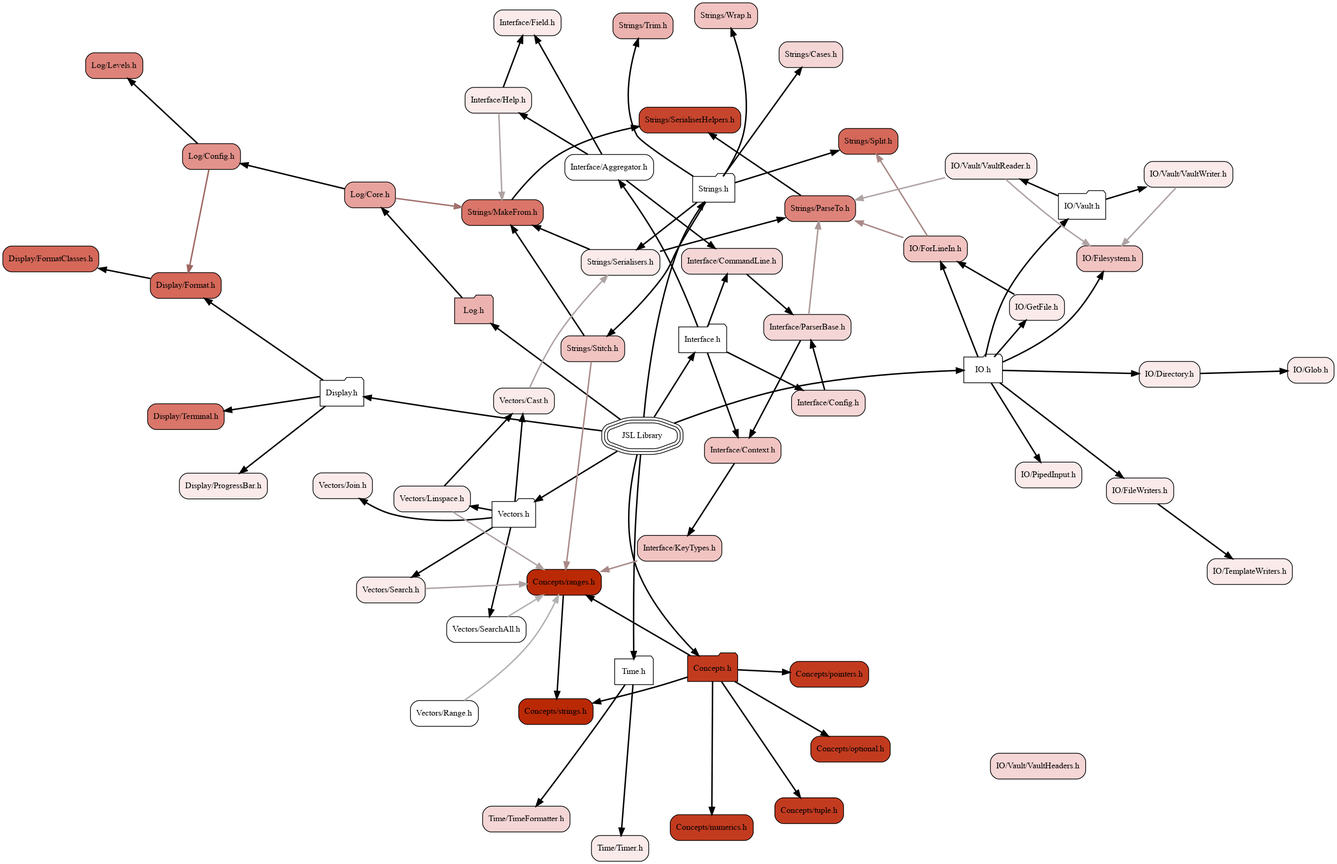
Above: docs/visualiser/heatmap.png in DrFraserGovil/JSL (Graphviz), before the change. Its source is kept beside it as docs/visualiser/heatmap.dot.
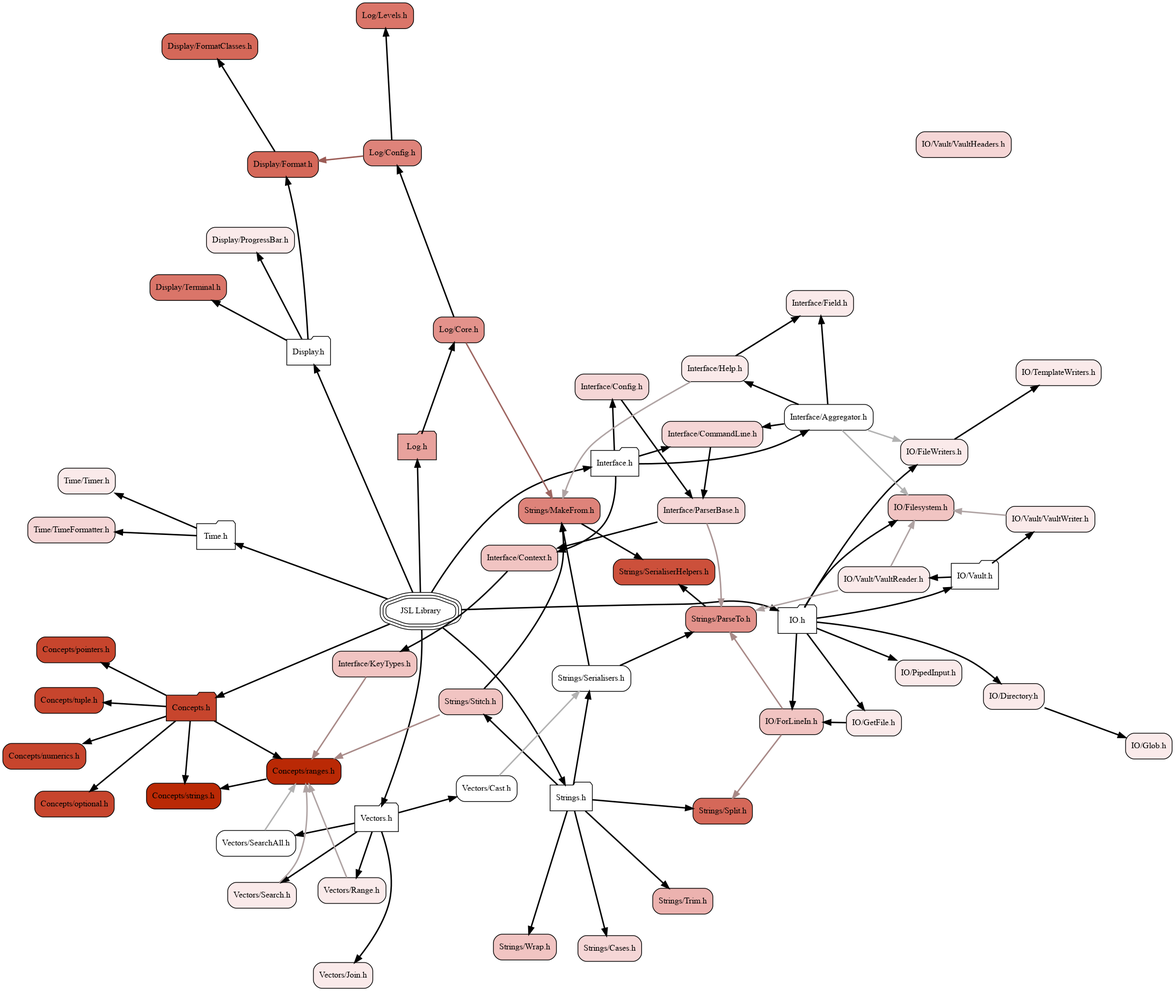
After the commit.

Commit message:
Updated the Help type inference system and added the 'save config' option ('Export') to the Aggregator class

Diff of the diagram source:
```diff
@@ -9,13 +9,13 @@
 	node[shape=Mrecord,fontsize=12]
 
 	node[fillcolor="#ffffff", style="rounded,filled", shape=tripleoctagon, color="black"] "JSL.h"                       [label="JSL Library"]
-	node[fillcolor="#c33b1f", style="rounded,filled", shape=folder, color="black"] "Concepts.h"                  [label="Concepts.h"]
-	node[fillcolor="#c33b1f", style="rounded,filled", shape=box, color="black"] "Concepts/numerics.h"         [label="Concepts/numerics.h"]
-	node[fillcolor="#c33b1f", style="rounded,filled", shape=box, color="black"] "Concepts/optional.h"         [label="Concepts/optional.h"]
-	node[fillcolor="#c33b1f", style="rounded,filled", shape=box, color="black"] "Concepts/pointers.h"         [label="Concepts/pointers.h"]
+	node[fillcolor="#c7452d", style="rounded,filled", shape=folder, color="black"] "Concepts.h"                  [label="Concepts.h"]
+	node[fillcolor="#c7452d", style="rounded,filled", shape=box, color="black"] "Concepts/numerics.h"         [label="Concepts/numerics.h"]
+	node[fillcolor="#c7452d", style="rounded,filled", shape=box, color="black"] "Concepts/optional.h"         [label="Concepts/optional.h"]
+	node[fillcolor="#c7452d", style="rounded,filled", shape=box, color="black"] "Concepts/pointers.h"         [label="Concepts/pointers.h"]
 	node[fillcolor="#ba2905", style="rounded,filled", shape=box, color="black"] "Concepts/ranges.h"           [label="Concepts/ranges.h"]
 	node[fillcolor="#ba2905", style="rounded,filled", shape=box, color="black"] "Concepts/strings.h"          [label="Concepts/strings.h"]
-	node[fillcolor="#c33b1f", style="rounded,filled", shape=box, color="black"] "Concepts/tuple.h"            [label="Concepts/tuple.h"]
+	node[fillcolor="#c7452d", style="rounded,filled", shape=box, color="black"] "Concepts/tuple.h"            [label="Concepts/tuple.h"]
 	node[fillcolor="#ffffff", style="rounded,filled", shape=folder, color="black"] "Display.h"                   [label="Display.h"]
 	node[fillcolor="#d56859", style="rounded,filled", shape=box, color="black"] "Display/Format.h"            [label="Display/Format.h"]
 	node[fillcolor="#d56859", style="rounded,filled", shape=box, color="black"] "Display/FormatClasses.h"     [label="Display/FormatClasses.h"]
@@ -43,16 +43,16 @@
 	node[fillcolor="#faeaea", style="rounded,filled", shape=box, color="black"] "Interface/Help.h"            [label="Interface/Help.h"]
 	node[fillcolor="#f1c4c2", style="rounded,filled", shape=box, color="black"] "Interface/KeyTypes.h"        [label="Interface/KeyTypes.h"]
 	node[fillcolor="#f5d6d6", style="rounded,filled", shape=box, color="black"] "Interface/ParserBase.h"      [label="Interface/ParserBase.h"]
-	node[fillcolor="#ecb2af", style="rounded,filled", shape=folder, color="black"] "Log.h"                       [label="Log.h"]
-	node[fillcolor="#e3928b", style="rounded,filled", shape=box, color="black"] "Log/Config.h"                [label="Log/Config.h"]
-	node[fillcolor="#e8a29d", style="rounded,filled", shape=box, color="black"] "Log/Core.h"                  [label="Log/Core.h"]
-	node[fillcolor="#de837a", style="rounded,filled", shape=box, color="black"] "Log/Levels.h"                [label="Log/Levels.h"]
+	node[fillcolor="#e8a29d", style="rounded,filled", shape=folder, color="black"] "Log.h"                       [label="Log.h"]
+	node[fillcolor="#de837a", style="rounded,filled", shape=box, color="black"] "Log/Config.h"                [label="Log/Config.h"]
+	node[fillcolor="#e3928b", style="rounded,filled", shape=box, color="black"] "Log/Core.h"                  [label="Log/Core.h"]
+	node[fillcolor="#da7569", style="rounded,filled", shape=box, color="black"] "Log/Levels.h"                [label="Log/Levels.h"]
 	node[fillcolor="#ffffff", style="rounded,filled", shape=folder, color="black"] "Strings.h"                   [label="Strings.h"]
 	node[fillcolor="#f5d6d6", style="rounded,filled", shape=box, color="black"] "Strings/Cases.h"             [label="Strings/Cases.h"]
-	node[fillcolor="#da7569", style="rounded,filled", shape=box, color="black"] "Strings/MakeFrom.h"          [label="Strings/MakeFrom.h"]
-	node[fillcolor="#de837a", style="rounded,filled", shape=box, color="black"] "Strings/ParseTo.h"           [label="Strings/ParseTo.h"]
-	node[fillcolor="#c7452d", style="rounded,filled", shape=box, color="black"] "Strings/SerialiserHelpers.h" [label="Strings/SerialiserHelpers.h"]
-	node[fillcolor="#faeaea", style="rounded,filled", shape=box, color="black"] "Strings/Serialisers.h"       [label="Strings/Serialisers.h"]
+	node[fillcolor="#de837a", style="rounded,filled", shape=box, color="black"] "Strings/MakeFrom.h"          [label="Strings/MakeFrom.h"]
+	node[fillcolor="#e3928b", style="rounded,filled", shape=box, color="black"] "Strings/ParseTo.h"           [label="Strings/ParseTo.h"]
+	node[fillcolor="#cc503b", style="rounded,filled", shape=box, color="black"] "Strings/SerialiserHelpers.h" [label="Strings/SerialiserHelpers.h"]
+	node[fillcolor="#ffffff", style="rounded,filled", shape=box, color="black"] "Strings/Serialisers.h"       [label="Strings/Serialisers.h"]
 	node[fillcolor="#d56859", style="rounded,filled", shape=box, color="black"] "Strings/Split.h"             [label="Strings/Split.h"]
 	node[fillcolor="#f1c4c2", style="rounded,filled", shape=box, color="black"] "Strings/Stitch.h"            [label="Strings/Stitch.h"]
 	node[fillcolor="#ecb2af", style="rounded,filled", shape=box, color="black"] "Strings/Trim.h"              [label="Strings/Trim.h"]
@@ -61,47 +61,46 @@
 	node[fillcolor="#f5d6d6", style="rounded,filled", shape=box, color="black"] "Time/TimeFormatter.h"        [label="Time/TimeFormatter.h"]
 	node[fillcolor="#faeaea", style="rounded,filled", shape=box, color="black"] "Time/Timer.h"                [label="Time/Timer.h"]
 	node[fillcolor="#ffffff", style="rounded,filled", shape=folder, color="black"] "Vectors.h"                   [label="Vectors.h"]
-	node[fillcolor="#faeaea", style="rounded,filled", shape=box, color="black"] "Vectors/Cast.h"              [label="Vectors/Cast.h"]
+	node[fillcolor="#ffffff", style="rounded,filled", shape=box, color="black"] "Vectors/Cast.h"              [label="Vectors/Cast.h"]
 	node[fillcolor="#faeaea", style="rounded,filled", shape=box, color="black"] "Vectors/Join.h"              [label="Vectors/Join.h"]
-	node[fillcolor="#faeaea", style="rounded,filled", shape=box, color="black"] "Vectors/Linspace.h"          [label="Vectors/Linspace.h"]
-	node[fillcolor="#ffffff", style="rounded,filled", shape=box, color="black"] "Vectors/Range.h"             [label="Vectors/Range.h"]
+	node[fillcolor="#faeaea", style="rounded,filled", shape=box, color="black"] "Vectors/Range.h"             [label="Vectors/Range.h"]
 	node[fillcolor="#faeaea", style="rounded,filled", shape=box, color="black"] "Vectors/Search.h"            [label="Vectors/Search.h"]
 	node[fillcolor="#ffffff", style="rounded,filled", shape=box, color="black"] "Vectors/SearchAll.h"         [label="Vectors/SearchAll.h"]
+	"JSL.h"                       -> "Time.h"[weight=10000,penwidth=2]
+	"JSL.h"                       -> "Interface.h"[weight=10000,penwidth=2]
+	"JSL.h"                       -> "IO.h"[weight=10000,penwidth=2]
 	"JSL.h"                       -> "Display.h"[weight=10000,penwidth=2]
-	"JSL.h"                       -> "Time.h"[weight=10000,penwidth=2]
+	"JSL.h"                       -> "Log.h"[weight=10000,penwidth=2]
 	"JSL.h"                       -> "Strings.h"[weight=10000,penwidth=2]
-	"JSL.h"                       -> "Log.h"[weight=10000,penwidth=2]
 	"JSL.h"                       -> "Concepts.h"[weight=10000,penwidth=2]
-	"JSL.h"                       -> "IO.h"[weight=10000,penwidth=2]
 	"JSL.h"                       -> "Vectors.h"[weight=10000,penwidth=2]
-	"JSL.h"                       -> "Interface.h"[weight=10000,penwidth=2]
+	"Concepts.h"                  -> "Concepts/optional.h"[weight=10000,penwidth=2]
+	"Concepts.h"                  -> "Concepts/pointers.h"[weight=10000,penwidth=2]
 	"Concepts.h"                  -> "Concepts/numerics.h"[weight=10000,penwidth=2]
-	"Concepts.h"                  -> "Concepts/ranges.h"[weight=10000,penwidth=2]
-	"Concepts.h"                  -> "Concepts/pointers.h"[weight=10000,penwidth=2]
-	"Concepts.h"                  -> "Concepts/optional.h"[weight=10000,penwidth=2]
 	"Concepts.h"                  -> "Concepts/tuple.h"[weight=10000,penwidth=2]
 	"Concepts.h"                  -> "Concepts/strings.h"[weight=10000,penwidth=2]
+	"Concepts.h"                  -> "Concepts/ranges.h"[weight=10000,penwidth=2]
 	"Concepts/ranges.h"           -> "Concepts/strings.h"[weight=10000,penwidth=2]
 	"Display.h"                   -> "Display/ProgressBar.h"[weight=10000,penwidth=2]
 	"Display.h"                   -> "Display/Format.h"[weight=10000,penwidth=2]
 	"Display.h"                   -> "Display/Terminal.h"[weight=10000,penwidth=2]
 	"Display/Format.h"            -> "Display/FormatClasses.h"[weight=10000,penwidth=2]
-	"IO.h"                        -> "IO/Vault.h"[weight=10000,penwidth=2]
-	"IO.h"                        -> "IO/FileWriters.h"[weight=10000,penwidth=2]
-	"IO.h"                        -> "IO/PipedInput.h"[weight=10000,penwidth=2]
-	"IO.h"                        -> "IO/Directory.h"[weight=10000,penwidth=2]
 	"IO.h"                        -> "IO/Filesystem.h"[weight=10000,penwidth=2]
 	"IO.h"                        -> "IO/ForLineIn.h"[weight=10000,penwidth=2]
+	"IO.h"                        -> "IO/PipedInput.h"[weight=10000,penwidth=2]
 	"IO.h"                        -> "IO/GetFile.h"[weight=10000,penwidth=2]
+	"IO.h"                        -> "IO/Vault.h"[weight=10000,penwidth=2]
+	"IO.h"                        -> "IO/Directory.h"[weight=10000,penwidth=2]
+	"IO.h"                        -> "IO/FileWriters.h"[weight=10000,penwidth=2]
 	"IO/Directory.h"              -> "IO/Glob.h"[weight=10000,penwidth=2]
 	"IO/FileWriters.h"            -> "IO/TemplateWriters.h"[weight=10000,penwidth=2]
+	"IO/ForLineIn.h"              -> "Strings/ParseTo.h"[constraint=true,weight=0,penwidth=2,color="#a88987"]
 	"IO/ForLineIn.h"              -> "Strings/Split.h"[constraint=false,weight=0,penwidth=2,color="#a88987"]
-	"IO/ForLineIn.h"              -> "Strings/ParseTo.h"[constraint=true,weight=0,penwidth=2,color="#a88987"]
 	"IO/GetFile.h"                -> "IO/ForLineIn.h"[weight=10000,penwidth=2]
 	"IO/Vault.h"                  -> "IO/Vault/VaultWriter.h"[weight=10000,penwidth=2]
 	"IO/Vault.h"                  -> "IO/Vault/VaultReader.h"[weight=10000,penwidth=2]
+	"IO/Vault/VaultReader.h"      -> "IO/Filesystem.h"[constraint=true,weight=0,penwidth=2,color="#afa3a3"]
 	"IO/Vault/VaultReader.h"      -> "Strings/ParseTo.h"[constraint=false,weight=0,penwidth=2,color="#afa3a3"]
-	"IO/Vault/VaultReader.h"      -> "IO/Filesystem.h"[constraint=true,weight=0,penwidth=2,color="#afa3a3"]
 	"IO/Vault/VaultWriter.h"      -> "IO/Filesystem.h"[constraint=true,weight=0,penwidth=2,color="#afa3a3"]
 	"Interface.h"                 -> "Interface/Aggregator.h"[weight=10000,penwidth=2]
 	"Interface.h"                 -> "Interface/CommandLine.h"[weight=10000,penwidth=2]
@@ -109,7 +108,9 @@
 	"Interface.h"                 -> "Interface/Context.h"[weight=10000,penwidth=2]
 	"Interface/Aggregator.h"      -> "Interface/Field.h"[weight=10000,penwidth=2]
 	"Interface/Aggregator.h"      -> "Interface/Help.h"[weight=10000,penwidth=2]
+	"Interface/Aggregator.h"      -> "IO/Filesystem.h"[constraint=false,weight=0,penwidth=2,color="#b2b2b2"]
 	"Interface/Aggregator.h"      -> "Interface/CommandLine.h"[weight=10000,penwidth=2]
+	"Interface/Aggregator.h"      -> "IO/FileWriters.h"[constraint=false,weight=0,penwidth=2,color="#b2b2b2"]
 	"Interface/CommandLine.h"     -> "Interface/ParserBase.h"[weight=10000,penwidth=2]
 	"Interface/Config.h"          -> "Interface/ParserBase.h"[weight=10000,penwidth=2]
 	"Interface/Context.h"         -> "Interface/KeyTypes.h"[weight=10000,penwidth=2]
@@ -119,10 +120,10 @@
 	"Interface/ParserBase.h"      -> "Interface/Context.h"[weight=10000,penwidth=2]
 	"Interface/ParserBase.h"      -> "Strings/ParseTo.h"[constraint=true,weight=0,penwidth=2,color="#ab9595"]
 	"Log.h"                       -> "Log/Core.h"[weight=10000,penwidth=2]
+	"Log/Config.h"                -> "Display/Format.h"[constraint=true,weight=0,penwidth=2,color="#9b5b55"]
 	"Log/Config.h"                -> "Log/Levels.h"[weight=10000,penwidth=2]
-	"Log/Config.h"                -> "Display/Format.h"[constraint=true,weight=0,penwidth=2,color="#9e6661"]
+	"Log/Core.h"                  -> "Strings/MakeFrom.h"[constraint=true,weight=0,penwidth=2,color="#9e6661"]
 	"Log/Core.h"                  -> "Log/Config.h"[weight=10000,penwidth=2]
-	"Log/Core.h"                  -> "Strings/MakeFrom.h"[constraint=true,weight=0,penwidth=2,color="#a2716d"]
 	"Strings.h"                   -> "Strings/Serialisers.h"[weight=10000,penwidth=2]
 	"Strings.h"                   -> "Strings/Cases.h"[weight=10000,penwidth=2]
 	"Strings.h"                   -> "Strings/Split.h"[weight=10000,penwidth=2]
@@ -139,13 +140,11 @@
 	"Time.h"                      -> "Time/TimeFormatter.h"[weight=10000,penwidth=2]
 	"Vectors.h"                   -> "Vectors/Cast.h"[weight=10000,penwidth=2]
 	"Vectors.h"                   -> "Vectors/Join.h"[weight=10000,penwidth=2]
-	"Vectors.h"                   -> "Vectors/Linspace.h"[weight=10000,penwidth=2]
+	"Vectors.h"                   -> "Vectors/Range.h"[weight=10000,penwidth=2]
 	"Vectors.h"                   -> "Vectors/Search.h"[weight=10000,penwidth=2]
 	"Vectors.h"                   -> "Vectors/SearchAll.h"[weight=10000,penwidth=2]
-	"Vectors/Cast.h"              -> "Strings/Serialisers.h"[constraint=true,weight=0,penwidth=2,color="#afa3a3"]
-	"Vectors/Linspace.h"          -> "Vectors/Cast.h"[weight=10000,penwidth=2]
-	"Vectors/Linspace.h"          -> "Concepts/ranges.h"[constraint=false,weight=0,penwidth=2,color="#afa3a3"]
-	"Vectors/Range.h"             -> "Concepts/ranges.h"[constraint=false,weight=0,penwidth=2,color="#b2b2b2"]
+	"Vectors/Cast.h"              -> "Strings/Serialisers.h"[constraint=true,weight=0,penwidth=2,color="#b2b2b2"]
+	"Vectors/Range.h"             -> "Concepts/ranges.h"[constraint=false,weight=0,penwidth=2,color="#afa3a3"]
 	"Vectors/Search.h"            -> "Concepts/ranges.h"[constraint=true,weight=0,penwidth=2,color="#afa3a3"]
 	"Vectors/SearchAll.h"         -> "Concepts/ranges.h"[constraint=false,weight=0,penwidth=2,color="#b2b2b2"]
 }
```
